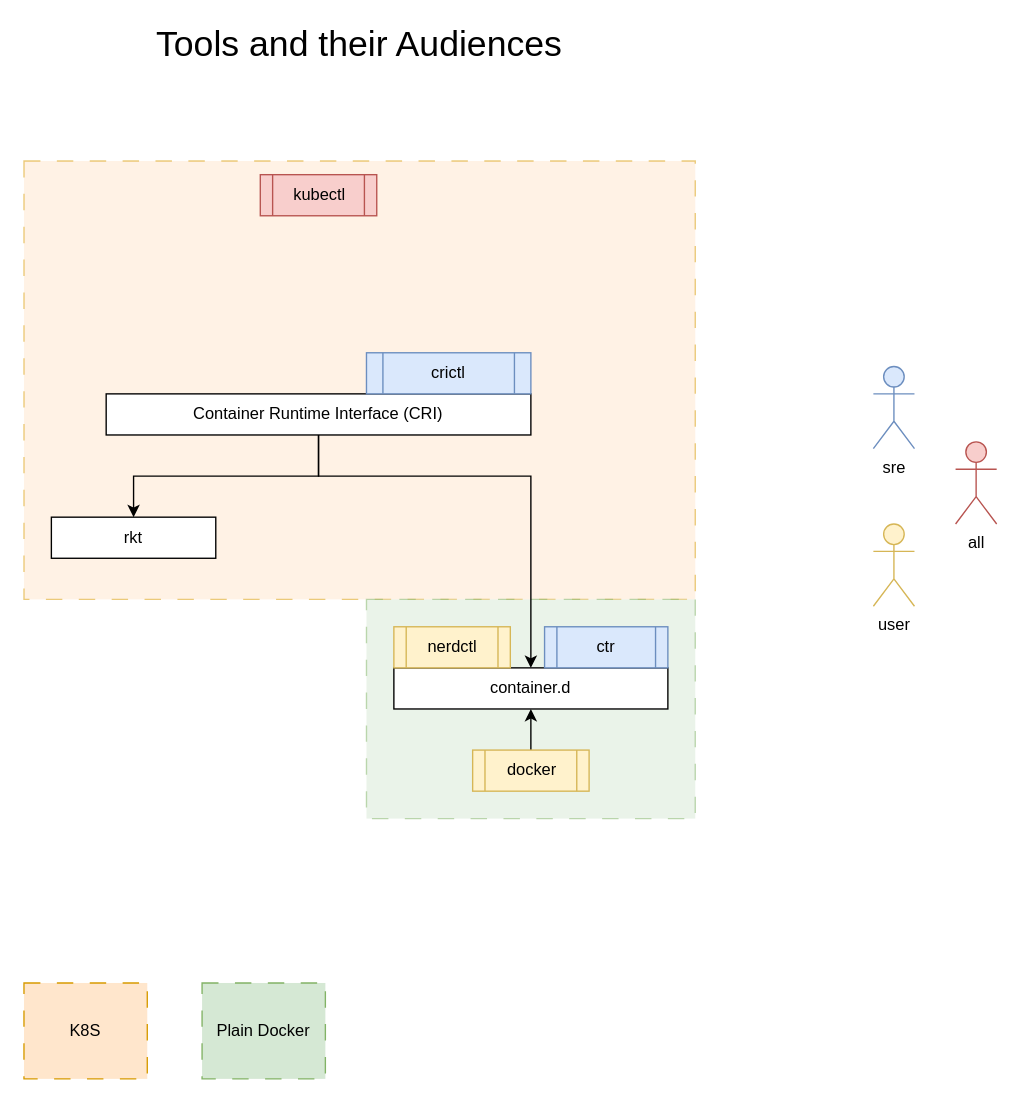
Before: catalog/k8s/tools-and-their-audiences.drawio in tastybug/zettelkasten, a draw.io diagram. Source tidied: cells renumbered, new cells numbered last; positions are measured from the earlier drawing's top-left corner, leaving out a move shared by most shapes. Both pictures are drawn from the tidied source at 137%, with x=0, y=0 at pixel (23, 23).
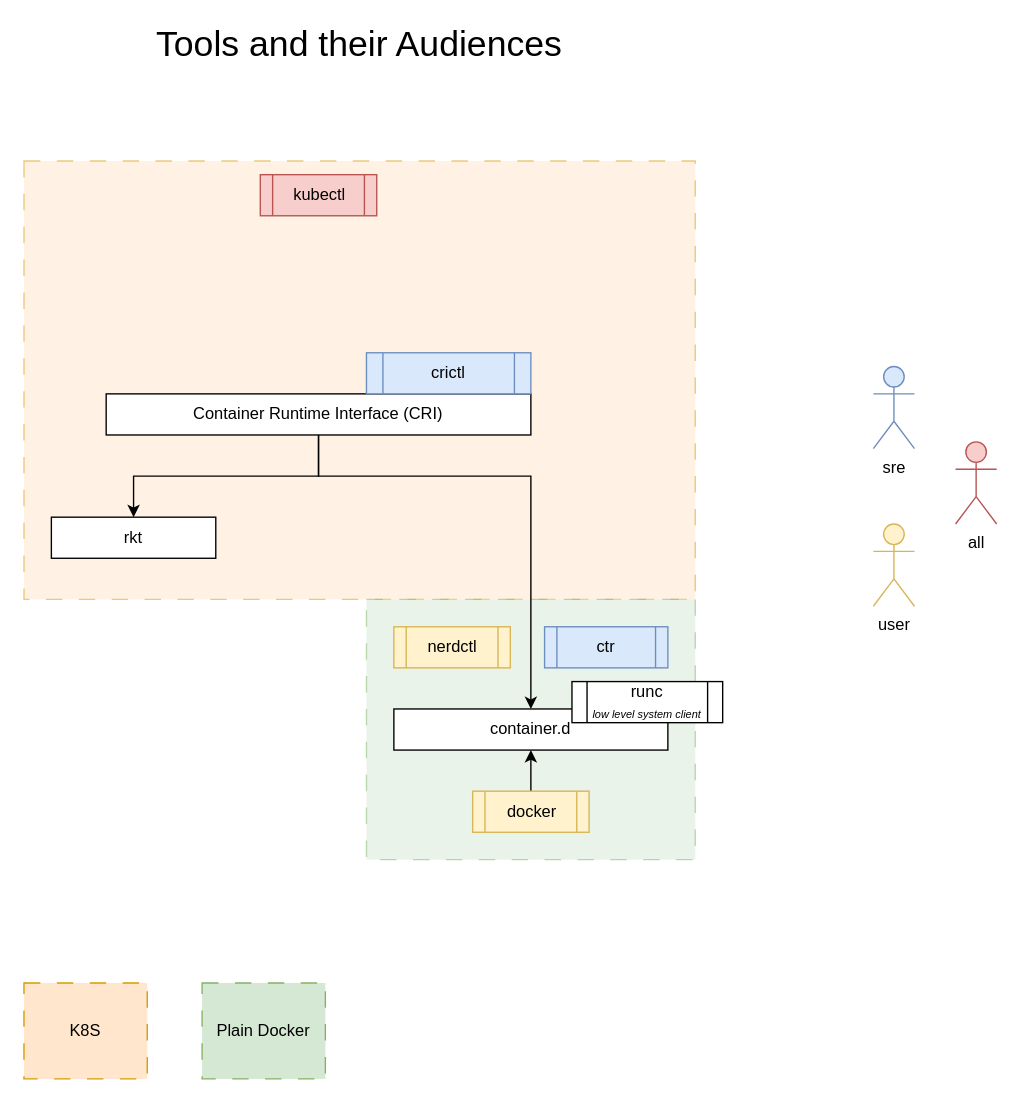
Above is the later version.

What changed in the source:
```diff
@@
     <mxCell id="3" style="rounded=0;whiteSpace=wrap;html=1;dashed=1;dashPattern=12 12;fillColor=#d5e8d4;strokeColor=#82b366;gradientColor=none;opacity=50;" parent="1" vertex="1">
-      <mxGeometry x="250" y="420" width="240" height="160" as="geometry" />
+      <mxGeometry x="250" y="420" width="240" height="190" as="geometry" />
     </mxCell>
@@
     <mxCell id="10" value="container.d" style="rounded=0;whiteSpace=wrap;html=1;" parent="1" vertex="1">
-      <mxGeometry x="270" y="470" width="200" height="30" as="geometry" />
+      <mxGeometry x="270" y="500" width="200" height="30" as="geometry" />
     </mxCell>
@@
     <mxCell id="16" value="docker" style="shape=process;whiteSpace=wrap;html=1;backgroundOutline=1;fillColor=#fff2cc;strokeColor=#d6b656;" parent="1" vertex="1">
-      <mxGeometry x="327.5" y="530" width="85" height="30" as="geometry" />
+      <mxGeometry x="327.5" y="560" width="85" height="30" as="geometry" />
     </mxCell>
@@
+    <mxCell id="21" value="&lt;span style=&quot;background-color: initial;&quot;&gt;runc&lt;/span&gt;&lt;div&gt;&lt;span style=&quot;background-color: initial;&quot;&gt;&lt;font style=&quot;font-size: 8px;&quot;&gt;&lt;i&gt;low level system client&lt;/i&gt;&lt;/font&gt;&lt;/span&gt;&lt;/div&gt;" style="shape=process;whiteSpace=wrap;html=1;backgroundOutline=1;" parent="1" vertex="1">
+      <mxGeometry x="400" y="480" width="110" height="30" as="geometry" />
+    </mxCell>
```
